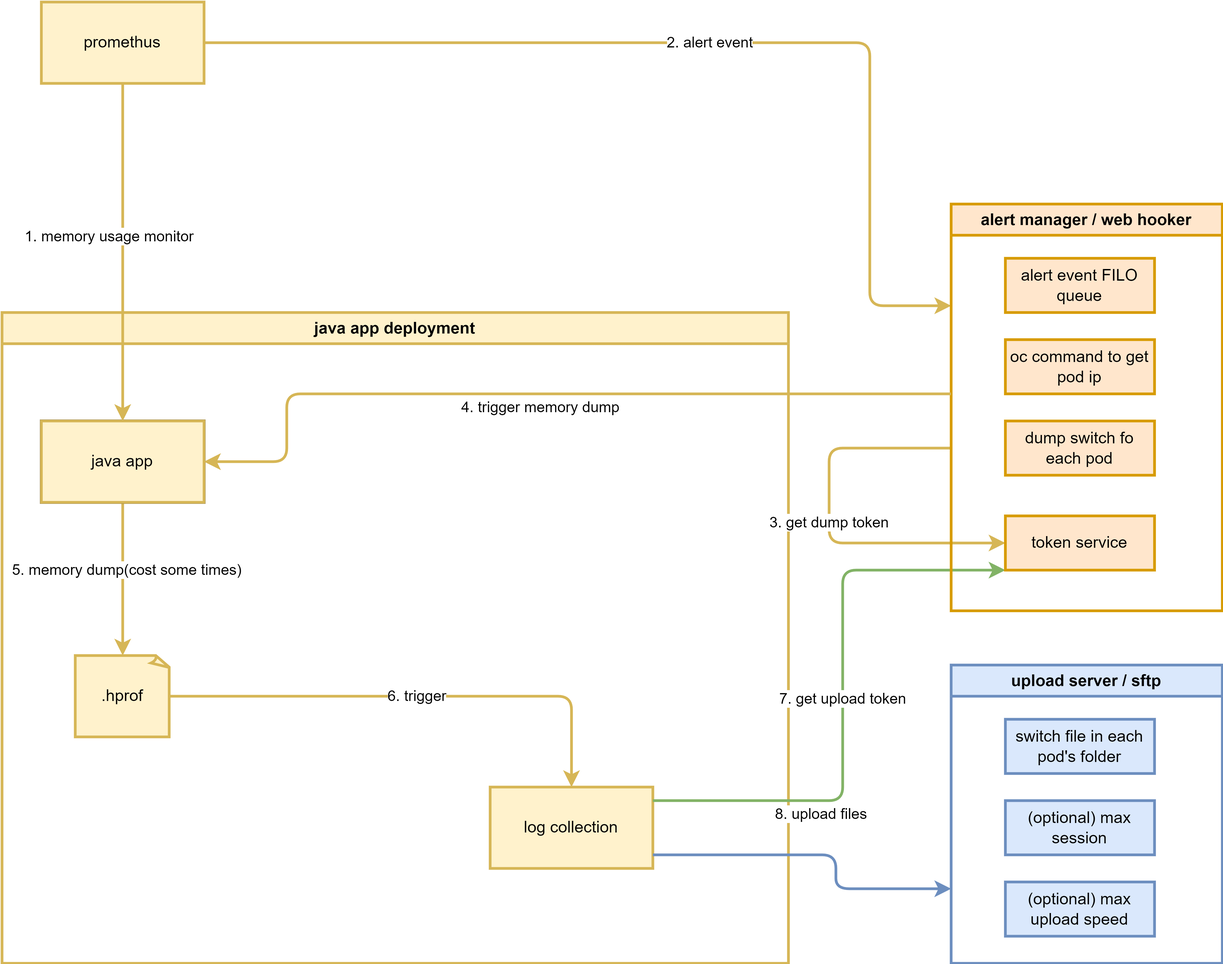
The draw.io diagram redhat/ocp4/4.14/dia/4.14.log.dir.pod.collect.files.logic.promethus.alert.drawio.png in wangzheng422/docker_env, before a commit. Source tidied: cells renumbered, new cells last; positions are measured from the earlier drawing's top-left corner, leaving out a move shared by most shapes. Source of this version:
```xml
<mxGraphModel>
  <root>
    <mxCell id="0" />
    <mxCell id="1" parent="0" />
    <mxCell id="2" value="java app deployment" style="swimlane;whiteSpace=wrap;html=1;strokeWidth=2;fillColor=#fff2cc;strokeColor=#d6b656;" parent="1" vertex="1">
      <mxGeometry y="229" width="580" height="480" as="geometry" />
    </mxCell>
    <mxCell id="3" style="edgeStyle=orthogonalEdgeStyle;html=1;strokeWidth=2;fillColor=#fff2cc;strokeColor=#d6b656;" parent="2" edge="1" source="5" target="8">
      <mxGeometry relative="1" as="geometry" />
    </mxCell>
    <mxCell id="4" value="5. memory dump(cost some times)" style="edgeLabel;html=1;align=center;verticalAlign=middle;" parent="3" vertex="1">
      <mxGeometry x="-0.12" y="2" relative="1" as="geometry" />
    </mxCell>
    <mxCell id="5" value="java app" style="rounded=0;whiteSpace=wrap;html=1;strokeWidth=2;" parent="2" vertex="1">
      <mxGeometry x="29" y="80" width="120" height="60" as="geometry" />
    </mxCell>
    <mxCell id="6" value="6. trigger" style="edgeStyle=orthogonalEdgeStyle;html=1;strokeWidth=2;fillColor=#fff2cc;strokeColor=#d6b656;" parent="2" edge="1" source="8" target="7">
      <mxGeometry relative="1" as="geometry" />
    </mxCell>
    <mxCell id="7" value="log collection" style="rounded=0;whiteSpace=wrap;html=1;strokeWidth=2;fillColor=#fff2cc;strokeColor=#d6b656;" parent="2" vertex="1">
      <mxGeometry x="360" y="350" width="120" height="60" as="geometry" />
    </mxCell>
    <mxCell id="8" value=".hprof" style="whiteSpace=wrap;html=1;shape=mxgraph.basic.document;strokeWidth=2;fillColor=#fff2cc;strokeColor=#d6b656;" parent="2" vertex="1">
      <mxGeometry x="54" y="253" width="70" height="60" as="geometry" />
    </mxCell>
    <mxCell id="9" value="java app" style="rounded=0;whiteSpace=wrap;html=1;strokeWidth=2;" parent="2" vertex="1">
      <mxGeometry x="29" y="80" width="120" height="60" as="geometry" />
    </mxCell>
    <mxCell id="10" value="java app" style="rounded=0;whiteSpace=wrap;html=1;strokeWidth=2;fillColor=#fff2cc;strokeColor=#d6b656;" parent="2" vertex="1">
      <mxGeometry x="29" y="80" width="120" height="60" as="geometry" />
    </mxCell>
    <mxCell id="11" value="upload server / sftp" style="swimlane;whiteSpace=wrap;html=1;strokeWidth=2;fillColor=#dae8fc;strokeColor=#6c8ebf;" parent="1" vertex="1">
      <mxGeometry x="700" y="489" width="200" height="220" as="geometry" />
    </mxCell>
    <mxCell id="12" value="switch file in each pod's folder" style="rounded=0;whiteSpace=wrap;html=1;strokeWidth=2;fillColor=#dae8fc;strokeColor=#6c8ebf;" parent="11" vertex="1">
      <mxGeometry x="40" y="40" width="110" height="40" as="geometry" />
    </mxCell>
    <mxCell id="13" value="(optional) max session" style="rounded=0;whiteSpace=wrap;html=1;strokeWidth=2;fillColor=#dae8fc;strokeColor=#6c8ebf;" parent="11" vertex="1">
      <mxGeometry x="40" y="100" width="110" height="40" as="geometry" />
    </mxCell>
    <mxCell id="14" value="(optional) max upload speed" style="rounded=0;whiteSpace=wrap;html=1;strokeWidth=2;fillColor=#dae8fc;strokeColor=#6c8ebf;" parent="11" vertex="1">
      <mxGeometry x="40" y="160" width="110" height="40" as="geometry" />
    </mxCell>
    <mxCell id="15" value="7. get upload token" style="edgeStyle=orthogonalEdgeStyle;html=1;entryX=0;entryY=1;entryDx=0;entryDy=0;strokeWidth=2;fillColor=#d5e8d4;strokeColor=#82b366;" parent="1" edge="1" source="7" target="25">
      <mxGeometry relative="1" as="geometry">
        <Array as="points">
          <mxPoint x="620" y="589" />
          <mxPoint x="620" y="419" />
        </Array>
      </mxGeometry>
    </mxCell>
    <mxCell id="16" value="8. upload files" style="edgeStyle=orthogonalEdgeStyle;html=1;entryX=0;entryY=0.75;entryDx=0;entryDy=0;strokeWidth=2;jumpStyle=arc;fillColor=#dae8fc;strokeColor=#6c8ebf;" parent="1" edge="1" source="7" target="11">
      <mxGeometry x="0.01" y="30" relative="1" as="geometry">
        <Array as="points">
          <mxPoint x="615" y="629" />
          <mxPoint x="615" y="654" />
        </Array>
      </mxGeometry>
    </mxCell>
    <mxCell id="17" value="2. alert event" style="edgeStyle=orthogonalEdgeStyle;html=1;entryX=0;entryY=0.25;entryDx=0;entryDy=0;fillColor=#fff2cc;strokeColor=#d6b656;strokeWidth=2;" parent="1" edge="1" source="18" target="21">
      <mxGeometry relative="1" as="geometry">
        <Array as="points">
          <mxPoint x="640" y="30" />
          <mxPoint x="640" y="224" />
        </Array>
      </mxGeometry>
    </mxCell>
    <mxCell id="18" value="promethus" style="rounded=0;whiteSpace=wrap;html=1;strokeWidth=2;fillColor=#fff2cc;strokeColor=#d6b656;" parent="1" vertex="1">
      <mxGeometry x="29" width="120" height="60" as="geometry" />
    </mxCell>
    <mxCell id="19" value="1. memory usage monitor" style="edgeStyle=orthogonalEdgeStyle;html=1;strokeWidth=2;fillColor=#fff2cc;strokeColor=#d6b656;entryX=0.5;entryY=0;entryDx=0;entryDy=0;" parent="1" edge="1" source="18" target="10">
      <mxGeometry x="-0.09" y="-10" relative="1" as="geometry" />
    </mxCell>
    <mxCell id="20" value="3. get dump token" style="edgeStyle=orthogonalEdgeStyle;html=1;strokeWidth=2;fillColor=#fff2cc;strokeColor=#d6b656;entryX=0;entryY=0.5;entryDx=0;entryDy=0;" parent="1" edge="1" target="25">
      <mxGeometry relative="1" as="geometry">
        <mxPoint x="700" y="329" as="sourcePoint" />
        <Array as="points">
          <mxPoint x="610" y="329" />
          <mxPoint x="610" y="399" />
        </Array>
      </mxGeometry>
    </mxCell>
    <mxCell id="21" value="alert manager / web hooker" style="swimlane;whiteSpace=wrap;html=1;strokeWidth=2;fillColor=#ffe6cc;strokeColor=#d79b00;" parent="1" vertex="1">
      <mxGeometry x="700" y="149" width="200" height="300" as="geometry" />
    </mxCell>
    <mxCell id="22" value="alert event FILO queue" style="rounded=0;whiteSpace=wrap;html=1;strokeWidth=2;fillColor=#ffe6cc;strokeColor=#d79b00;" parent="21" vertex="1">
      <mxGeometry x="40" y="40" width="110" height="40" as="geometry" />
    </mxCell>
    <mxCell id="23" value="oc command to get pod ip" style="rounded=0;whiteSpace=wrap;html=1;strokeWidth=2;fillColor=#ffe6cc;strokeColor=#d79b00;" parent="21" vertex="1">
      <mxGeometry x="40" y="100" width="110" height="40" as="geometry" />
    </mxCell>
    <mxCell id="24" value="dump switch fo each pod" style="rounded=0;whiteSpace=wrap;html=1;strokeWidth=2;fillColor=#ffe6cc;strokeColor=#d79b00;" parent="21" vertex="1">
      <mxGeometry x="40" y="160" width="110" height="40" as="geometry" />
    </mxCell>
    <mxCell id="25" value="token service" style="rounded=0;whiteSpace=wrap;html=1;strokeWidth=2;fillColor=#ffe6cc;strokeColor=#d79b00;" parent="21" vertex="1">
      <mxGeometry x="40" y="230" width="110" height="40" as="geometry" />
    </mxCell>
    <mxCell id="26" value="4. trigger memory dump" style="edgeStyle=orthogonalEdgeStyle;html=1;entryX=1;entryY=0.5;entryDx=0;entryDy=0;strokeWidth=2;fillColor=#fff2cc;strokeColor=#d6b656;" parent="1" edge="1" target="10">
      <mxGeometry x="0.01" y="10" relative="1" as="geometry">
        <mxPoint x="700" y="289" as="sourcePoint" />
        <Array as="points">
          <mxPoint x="700" y="289" />
          <mxPoint x="210" y="289" />
          <mxPoint x="210" y="339" />
        </Array>
      </mxGeometry>
    </mxCell>
  </root>
</mxGraphModel>
```
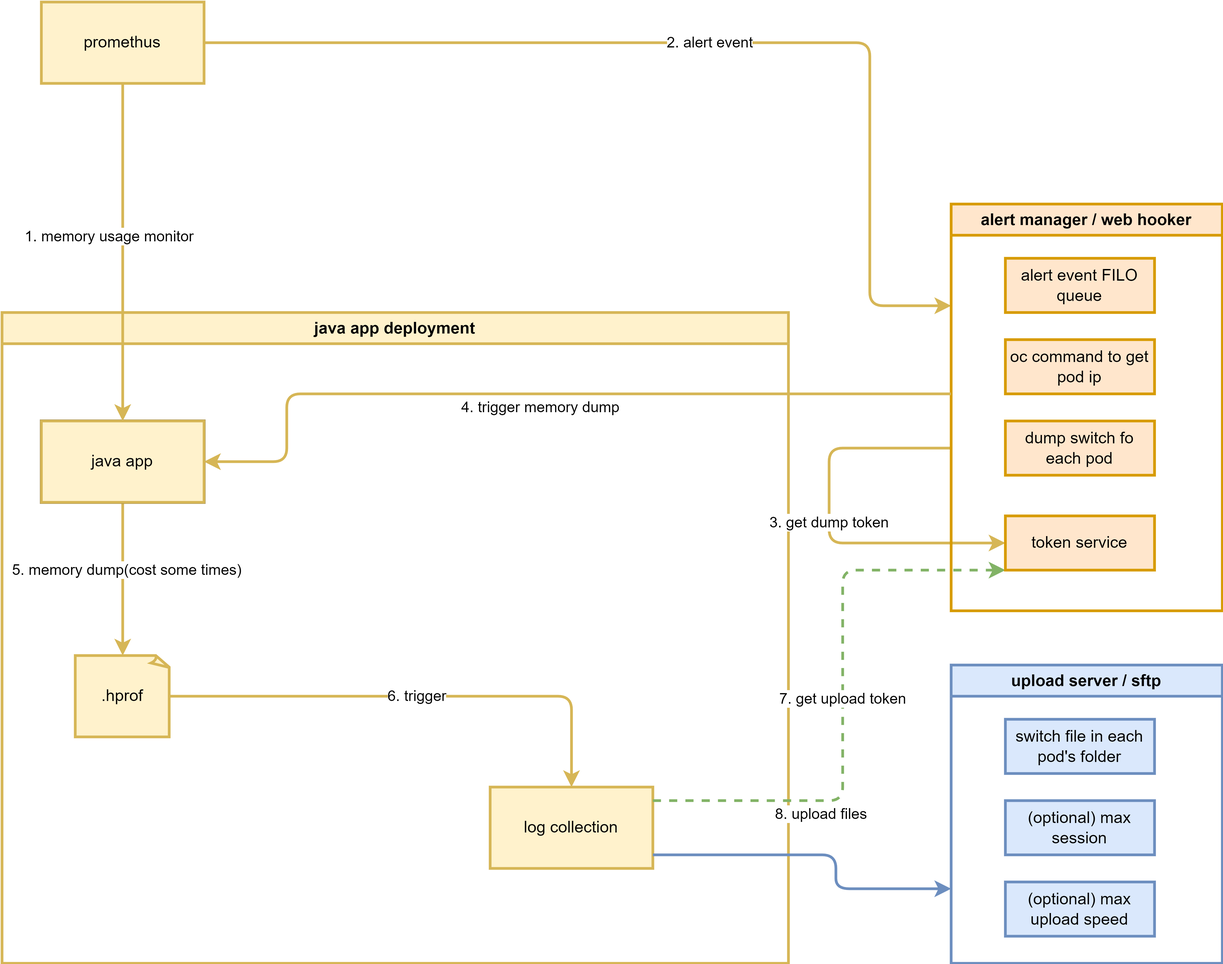
The same file after the commit.

Commit message:
logic dia

Diff of the diagram source:
```diff
@@ -41,7 +41,7 @@
     <mxCell id="14" value="(optional) max upload speed" style="rounded=0;whiteSpace=wrap;html=1;strokeWidth=2;fillColor=#dae8fc;strokeColor=#6c8ebf;" parent="11" vertex="1">
       <mxGeometry x="40" y="160" width="110" height="40" as="geometry" />
     </mxCell>
-    <mxCell id="15" value="7. get upload token" style="edgeStyle=orthogonalEdgeStyle;html=1;entryX=0;entryY=1;entryDx=0;entryDy=0;strokeWidth=2;fillColor=#d5e8d4;strokeColor=#82b366;" parent="1" edge="1" source="7" target="25">
+    <mxCell id="15" value="7. get upload token" style="edgeStyle=orthogonalEdgeStyle;html=1;entryX=0;entryY=1;entryDx=0;entryDy=0;strokeWidth=2;fillColor=#d5e8d4;strokeColor=#82b366;dashed=1;" parent="1" edge="1" source="7" target="25">
       <mxGeometry relative="1" as="geometry">
         <Array as="points">
           <mxPoint x="620" y="589" />
```
